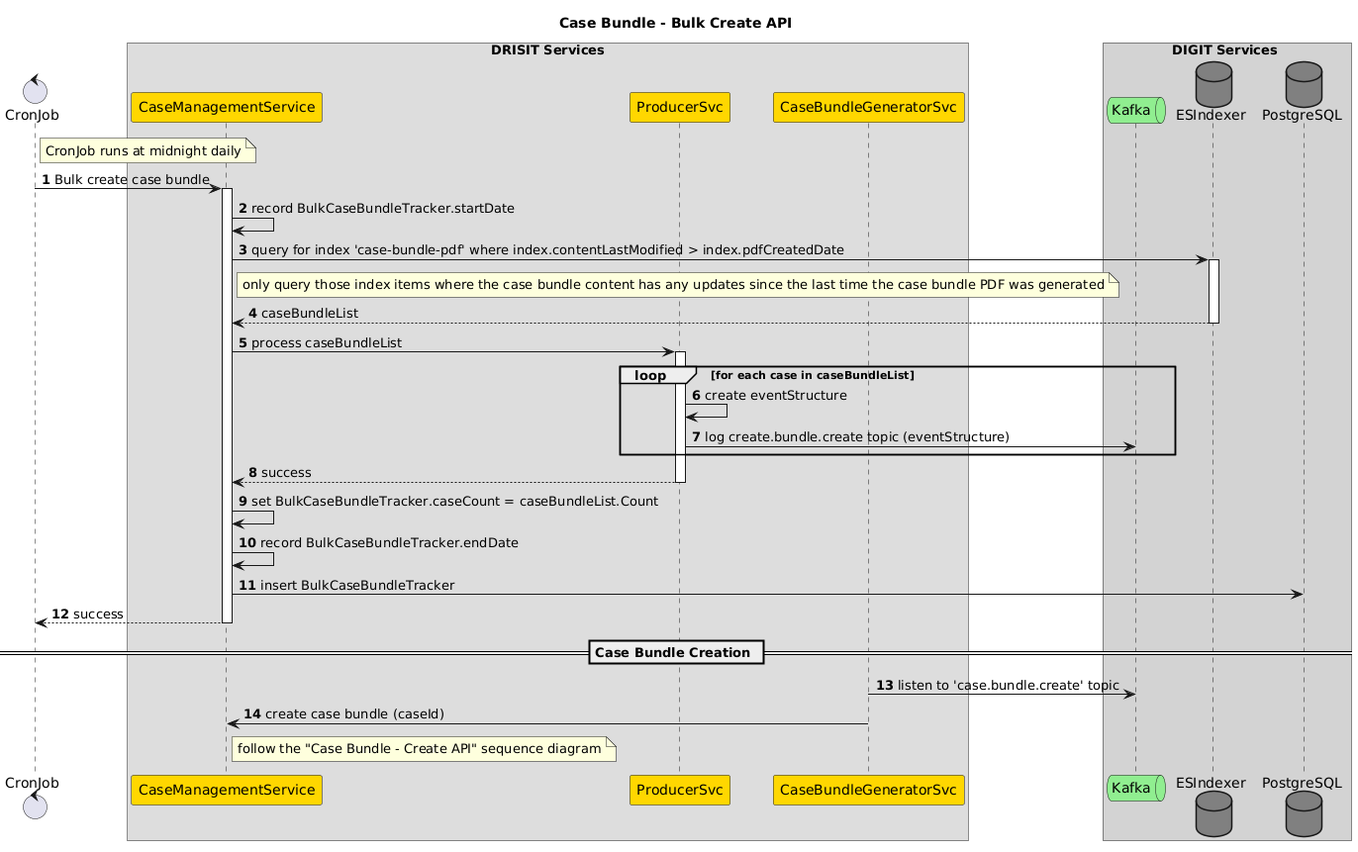
pucardotorg/dristi-solutions keeps this PlantUML diagram as docs/casebundle/sequencediagrams/diagrams/casebundle-bulk-create.png. Above is the earlier version. Its diagram source:
```plantuml
@startuml
autonumber
skinparam responseMessageBelowArrow true

title "Case Bundle - Bulk Create API"

control CronJob as CJ

box DRISIT Services
participant CaseManagementService as CMS #gold
participant ProducerSvc as P #gold
participant CaseBundleGeneratorSvc as C #gold
end box

box DIGIT Services #lightgray
queue Kafka as K #lightgreen
Database ESIndexer as ES #gray
Database PostgreSQL as DB #gray
end box

note right of CJ: CronJob runs at midnight daily
CJ->CMS++:Bulk create case bundle
CMS->CMS: record BulkCaseBundleTracker.startDate
CMS->ES++: query for index 'case-bundle-pdf' where index.contentLastModified > index.pdfCreatedDate
note right of CMS: only query those index items where the case bundle content has any updates since the last time the case bundle PDF was generated
return caseBundleList

CMS->P++: process caseBundleList
loop for each case in caseBundleList
  P->P: create eventStructure
  P->K: log create.bundle.create topic (eventStructure)
end
return success
CMS->CMS: set BulkCaseBundleTracker.caseCount = caseBundleList.Count
CMS->CMS: record BulkCaseBundleTracker.endDate
CMS->DB: insert BulkCaseBundleTracker
return success
== Case Bundle Creation ==
C->K: listen to 'case.bundle.create' topic
C->CMS: create case bundle (caseId)
note right of CMS: follow the "Case Bundle - Create API" sequence diagram
@enduml
```
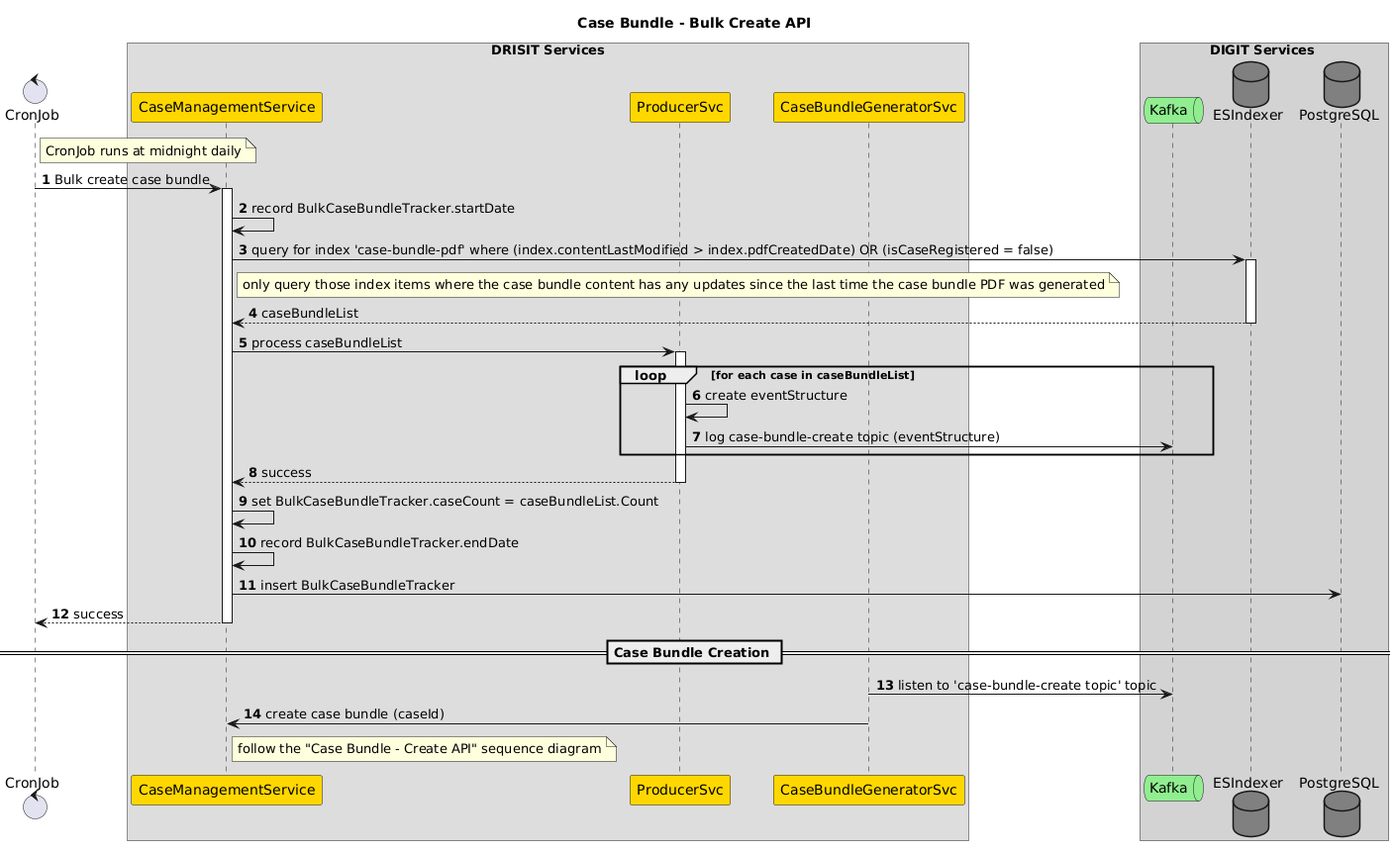
After the commit.

Change to the diagram source:
```diff
@@ -9,7 +9,7 @@
 box DRISIT Services
 participant CaseManagementService as CMS #gold
 participant ProducerSvc as P #gold
-participant CaseBundleGeneratorSvc as C #gold
+participant CaseBundleGeneratorSvc as CBGS #gold
 end box
 
 box DIGIT Services #lightgray
@@ -21,14 +21,14 @@
 note right of CJ: CronJob runs at midnight daily
 CJ->CMS++:Bulk create case bundle
 CMS->CMS: record BulkCaseBundleTracker.startDate
-CMS->ES++: query for index 'case-bundle-pdf' where index.contentLastModified > index.pdfCreatedDate
+CMS->ES++: query for index 'case-bundle-pdf' where (index.contentLastModified > index.pdfCreatedDate) OR (isCaseRegistered = false)
 note right of CMS: only query those index items where the case bundle content has any updates since the last time the case bundle PDF was generated
 return caseBundleList
 
 CMS->P++: process caseBundleList
 loop for each case in caseBundleList
   P->P: create eventStructure
-  P->K: log create.bundle.create topic (eventStructure)
+  P->K: log case-bundle-create topic (eventStructure)
 end
 return success
 CMS->CMS: set BulkCaseBundleTracker.caseCount = caseBundleList.Count
@@ -36,7 +36,7 @@
 CMS->DB: insert BulkCaseBundleTracker
 return success
 == Case Bundle Creation ==
-C->K: listen to 'case.bundle.create' topic
-C->CMS: create case bundle (caseId)
+CBGS ->K: listen to 'case-bundle-create topic' topic
+CBGS ->CMS: create case bundle (caseId)
 note right of CMS: follow the "Case Bundle - Create API" sequence diagram
 @enduml
```
